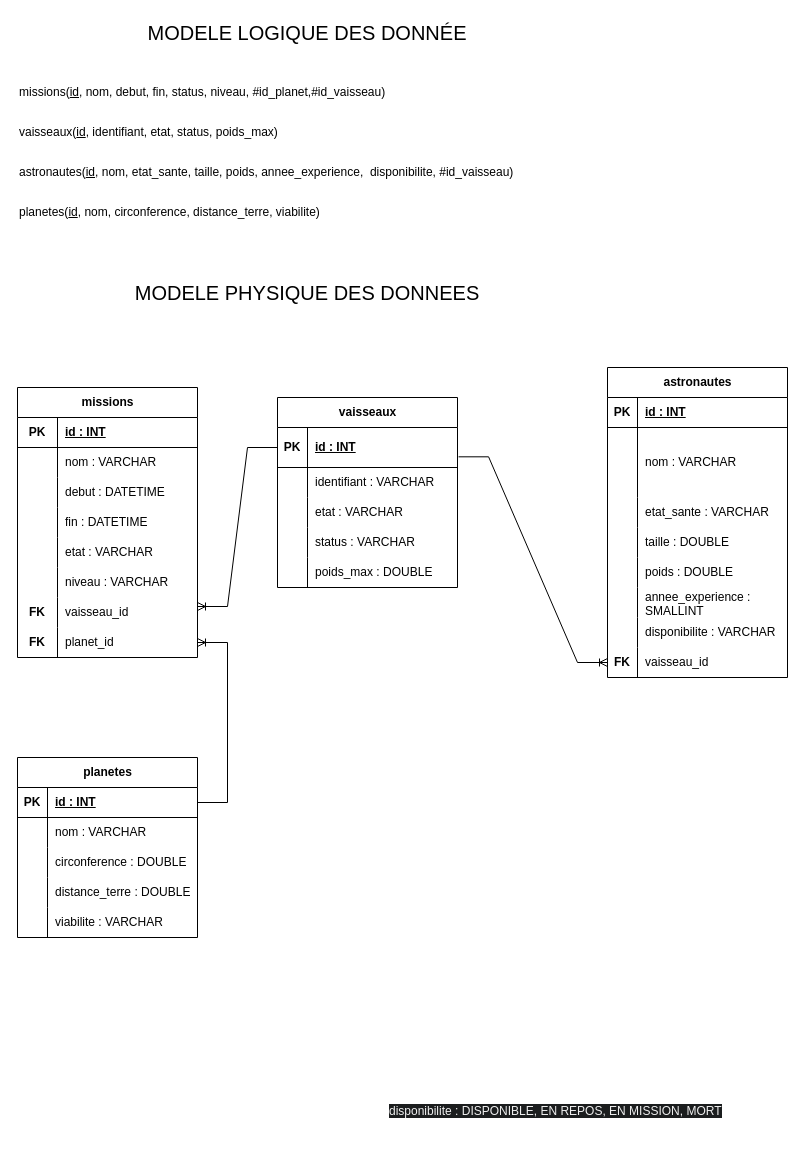
The draw.io diagram conception/MLD et MPD.drawio in josoa-ramaroson/SAYNA-SQLPHP-SPACEODYSSEY, before the edit. Source tidied: cells renumbered, new cells numbered last; positions are measured from the earlier drawing's top-left corner, leaving out a move shared by most shapes. Both pictures are drawn from the tidied source at 100%, with x=0, y=0 at pixel (17, 17).
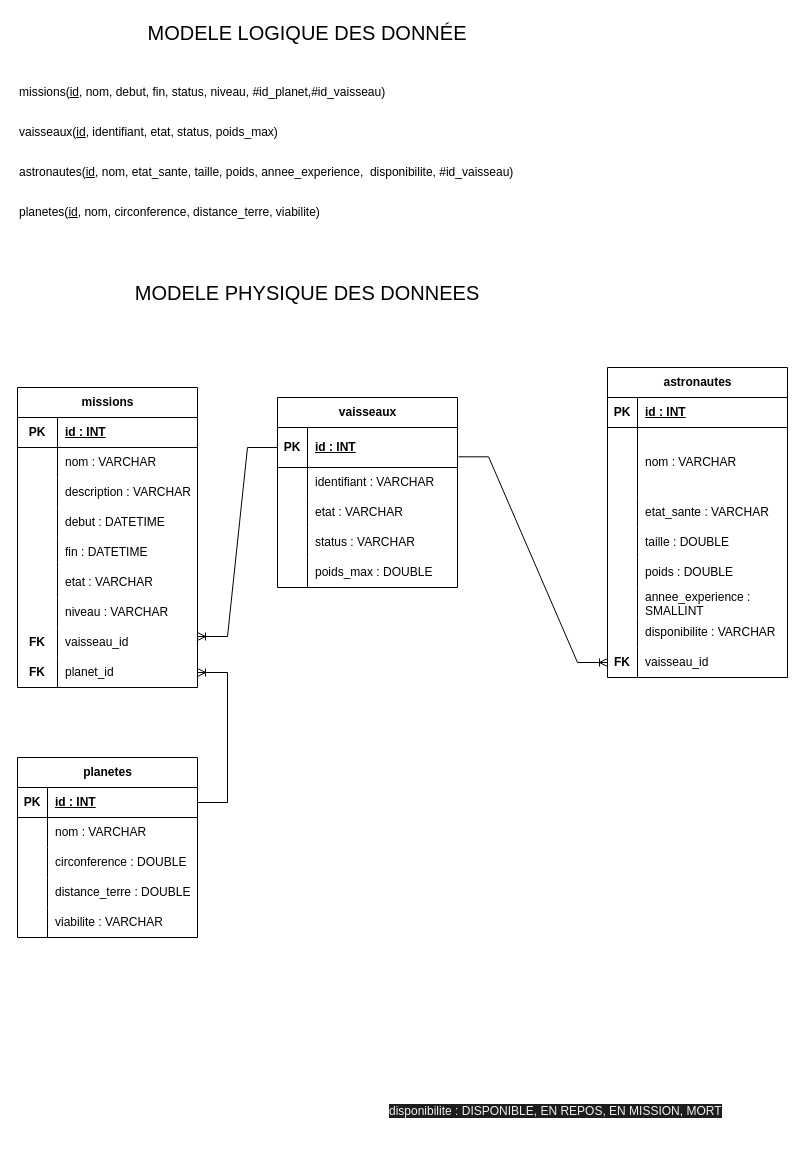
The same page after the edit.

The edit, as a diff of the source:
```diff
@@
     <mxCell id="7" value="missions" style="shape=table;startSize=30;childLayout=tableLayout;rowLines=0;fontStyle=1;align=center;html=1;" parent="1" vertex="1">
-      <mxGeometry y="370" width="180" height="270" as="geometry" />
+      <mxGeometry y="370" width="180" height="300" as="geometry" />
     </mxCell>
@@
+    <mxCell id="94" style="shape=tableRow;horizontal=0;startSize=0;swimlaneHead=0;swimlaneBody=0;fillColor=none;top=0;left=0;right=0;bottom=0;" parent="7" vertex="1">
+      <mxGeometry y="90" width="180" height="30" as="geometry" />
+    </mxCell>
+    <mxCell id="95" style="shape=partialRectangle;fillColor=none;top=0;left=0;bottom=0;right=0;overflow=hidden;whiteSpace=wrap;html=1;" parent="94" vertex="1">
+      <mxGeometry width="40" height="30" as="geometry" />
+    </mxCell>
+    <mxCell id="96" value="description : VARCHAR" style="shape=partialRectangle;fillColor=none;top=0;left=0;bottom=0;right=0;align=left;spacingLeft=6;overflow=hidden;whiteSpace=wrap;html=1;" parent="94" vertex="1">
+      <mxGeometry x="40" width="140" height="30" as="geometry" />
+    </mxCell>
     <mxCell id="14" style="shape=tableRow;horizontal=0;startSize=0;swimlaneHead=0;swimlaneBody=0;fillColor=none;top=0;left=0;right=0;bottom=0;" parent="7" vertex="1">
-      <mxGeometry y="90" width="180" height="30" as="geometry" />
+      <mxGeometry y="120" width="180" height="30" as="geometry" />
     </mxCell>
@@
     <mxCell id="17" style="shape=tableRow;horizontal=0;startSize=0;swimlaneHead=0;swimlaneBody=0;fillColor=none;top=0;left=0;right=0;bottom=0;" parent="7" vertex="1">
-      <mxGeometry y="120" width="180" height="30" as="geometry" />
+      <mxGeometry y="150" width="180" height="30" as="geometry" />
     </mxCell>
@@
     <mxCell id="20" style="shape=tableRow;horizontal=0;startSize=0;swimlaneHead=0;swimlaneBody=0;fillColor=none;top=0;left=0;right=0;bottom=0;" parent="7" vertex="1">
-      <mxGeometry y="150" width="180" height="30" as="geometry" />
+      <mxGeometry y="180" width="180" height="30" as="geometry" />
     </mxCell>
@@
     <mxCell id="23" style="shape=tableRow;horizontal=0;startSize=0;swimlaneHead=0;swimlaneBody=0;fillColor=none;top=0;left=0;right=0;bottom=0;" parent="7" vertex="1">
-      <mxGeometry y="180" width="180" height="30" as="geometry" />
+      <mxGeometry y="210" width="180" height="30" as="geometry" />
     </mxCell>
@@
     <mxCell id="26" style="shape=tableRow;horizontal=0;startSize=0;swimlaneHead=0;swimlaneBody=0;fillColor=none;points=[[0,0.5],[1,0.5]];portConstraint=eastwest;top=0;left=0;right=0;bottom=0;" parent="7" vertex="1">
-      <mxGeometry y="210" width="180" height="30" as="geometry" />
+      <mxGeometry y="240" width="180" height="30" as="geometry" />
     </mxCell>
@@
     <mxCell id="29" style="shape=tableRow;horizontal=0;startSize=0;swimlaneHead=0;swimlaneBody=0;fillColor=none;points=[[0,0.5],[1,0.5]];portConstraint=eastwest;top=0;left=0;right=0;bottom=0;" parent="7" vertex="1">
-      <mxGeometry y="240" width="180" height="30" as="geometry" />
+      <mxGeometry y="270" width="180" height="30" as="geometry" />
     </mxCell>
```
